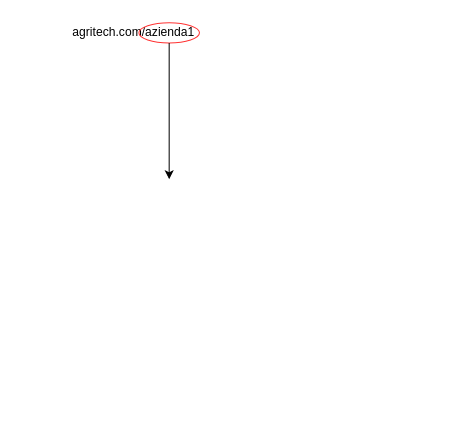
Before: agritech.drawio in Millis24/agritech, a draw.io diagram. Source tidied: cells renumbered, new cells numbered last; positions are measured from the earlier drawing's top-left corner, leaving out a move shared by most shapes. Both pictures are drawn from the tidied source at 101%, with x=0, y=0 at pixel (37, 17).
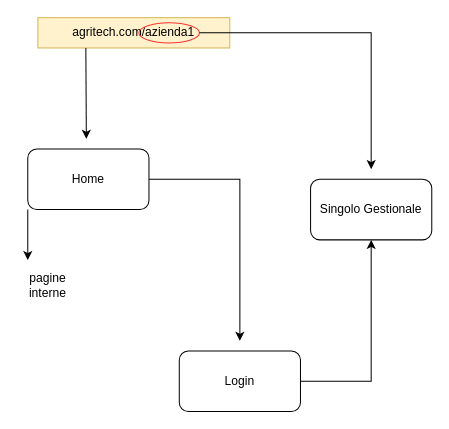
The same diagram, later.

The edit, as a diff of the source:
```diff
@@
 <mxGraphModel>
   <root>
     <mxCell id="0" />
     <mxCell id="1" parent="0" />
-    <mxCell id="2" value="agritech.com/azienda1" style="text;strokeColor=none;align=center;fillColor=none;html=1;verticalAlign=middle;whiteSpace=wrap;rounded=0;" parent="1" vertex="1">
+    <mxCell id="2" value="agritech.com/azienda1" style="text;strokeColor=#d6b656;align=center;fillColor=#fff2cc;html=1;verticalAlign=middle;whiteSpace=wrap;rounded=0;" parent="1" vertex="1">
       <mxGeometry width="190" height="30" as="geometry" />
     </mxCell>
     <mxCell id="3" style="ellipse;whiteSpace=wrap;html=1;fillColor=none;strokeColor=#FF3333;" parent="1" vertex="1">
       <mxGeometry x="100" y="5" width="60" height="20" as="geometry" />
     </mxCell>
-    <mxCell id="4" style="endArrow=classic;html=1;rounded=0;exitX=0.5;exitY=1;exitDx=0;exitDy=0;" parent="1" edge="1" source="3">
+    <mxCell id="4" style="endArrow=classic;html=1;rounded=0;exitX=1;exitY=0.5;exitDx=0;exitDy=0;" parent="1" edge="1" source="3">
       <mxGeometry relative="1" as="geometry">
-        <mxPoint x="130" y="160" as="targetPoint" />
+        <mxPoint x="330" y="150" as="targetPoint" />
+        <Array as="points">
+          <mxPoint x="330" y="15" />
+        </Array>
       </mxGeometry>
     </mxCell>
+    <mxCell id="5" value="Singolo Gestionale" style="rounded=1;whiteSpace=wrap;html=1;" parent="1" vertex="1">
+      <mxGeometry x="270" y="160" width="120" height="60" as="geometry" />
+    </mxCell>
+    <mxCell id="6" style="endArrow=classic;html=1;rounded=0;exitX=0.25;exitY=1;exitDx=0;exitDy=0;" parent="1" edge="1" source="2">
+      <mxGeometry relative="1" as="geometry">
+        <mxPoint x="48" y="120" as="targetPoint" />
+      </mxGeometry>
+    </mxCell>
+    <mxCell id="7" value="Home" style="rounded=1;whiteSpace=wrap;html=1;" parent="1" vertex="1">
+      <mxGeometry x="-10" y="130" width="120" height="60" as="geometry" />
+    </mxCell>
+    <mxCell id="8" style="endArrow=classic;html=1;rounded=0;exitX=0;exitY=1;exitDx=0;exitDy=0;" parent="1" edge="1" source="7">
+      <mxGeometry relative="1" as="geometry">
+        <mxPoint x="-10" y="240" as="targetPoint" />
+      </mxGeometry>
+    </mxCell>
+    <mxCell id="9" value="pagine interne" style="text;strokeColor=none;align=center;fillColor=none;html=1;verticalAlign=middle;whiteSpace=wrap;rounded=0;" parent="1" vertex="1">
+      <mxGeometry x="-20" y="250" width="60" height="30" as="geometry" />
+    </mxCell>
+    <mxCell id="10" style="endArrow=classic;html=1;rounded=0;exitX=1;exitY=0.5;exitDx=0;exitDy=0;" parent="1" edge="1" source="7">
+      <mxGeometry relative="1" as="geometry">
+        <mxPoint x="200" y="320" as="targetPoint" />
+        <Array as="points">
+          <mxPoint x="200" y="160" />
+        </Array>
+      </mxGeometry>
+    </mxCell>
+    <mxCell id="11" value="Login" style="rounded=1;whiteSpace=wrap;html=1;" parent="1" vertex="1">
+      <mxGeometry x="140" y="330" width="120" height="60" as="geometry" />
+    </mxCell>
+    <mxCell id="12" style="endArrow=classic;html=1;rounded=0;entryX=0.5;entryY=1;entryDx=0;entryDy=0;" parent="1" edge="1" target="5">
+      <mxGeometry relative="1" as="geometry">
+        <mxPoint x="260" y="360" as="sourcePoint" />
+        <Array as="points">
+          <mxPoint x="330" y="360" />
+        </Array>
+      </mxGeometry>
+    </mxCell>
   </root>
 </mxGraphModel>
```
